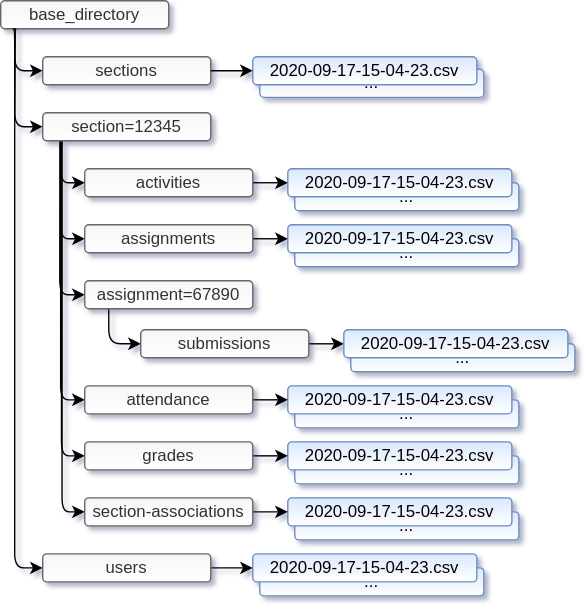
The draw.io diagram src/notebooks/filesystem.svg in Ed-Fi-Exchange-OSS/LMS-Toolkit, before a commit. Source tidied: cells renumbered, new cells last; positions are measured from the earlier drawing's top-left corner, leaving out a move shared by most shapes. The source it was exported from:
```xml
<mxGraphModel shadow="1">
  <root>
    <mxCell id="0" />
    <mxCell id="1" parent="0" />
    <mxCell id="2" style="edgeStyle=orthogonalEdgeStyle;jumpSize=0;jettySize=auto;html=1;exitX=0.102;exitY=1;exitDx=0;exitDy=0;entryX=0;entryY=0.5;entryDx=0;entryDy=0;exitPerimeter=0;" parent="1" edge="1" source="19" target="28">
      <mxGeometry relative="1" as="geometry">
        <Array as="points">
          <mxPoint x="42" y="210" />
        </Array>
      </mxGeometry>
    </mxCell>
    <mxCell id="3" value="..." style="whiteSpace=wrap;html=1;fillColor=#dae8fc;strokeColor=#6c8ebf;gradientColor=#ffffff;rounded=1;" parent="1" vertex="1">
      <mxGeometry x="185" y="405" width="160" height="20" as="geometry" />
    </mxCell>
    <mxCell id="4" value="..." style="whiteSpace=wrap;html=1;fillColor=#dae8fc;strokeColor=#6c8ebf;gradientColor=#ffffff;rounded=1;" parent="1" vertex="1">
      <mxGeometry x="250" y="245" width="160" height="20" as="geometry" />
    </mxCell>
    <mxCell id="5" value="..." style="whiteSpace=wrap;html=1;fillColor=#dae8fc;strokeColor=#6c8ebf;gradientColor=#ffffff;rounded=1;" parent="1" vertex="1">
      <mxGeometry x="210" y="365" width="160" height="20" as="geometry" />
    </mxCell>
    <mxCell id="6" value="..." style="whiteSpace=wrap;html=1;fillColor=#dae8fc;strokeColor=#6c8ebf;gradientColor=#ffffff;rounded=1;" parent="1" vertex="1">
      <mxGeometry x="210" y="325" width="160" height="20" as="geometry" />
    </mxCell>
    <mxCell id="7" value="..." style="whiteSpace=wrap;html=1;fillColor=#dae8fc;strokeColor=#6c8ebf;gradientColor=#ffffff;rounded=1;" parent="1" vertex="1">
      <mxGeometry x="210" y="285" width="160" height="20" as="geometry" />
    </mxCell>
    <mxCell id="8" value="..." style="whiteSpace=wrap;html=1;fillColor=#dae8fc;strokeColor=#6c8ebf;gradientColor=#ffffff;rounded=1;" parent="1" vertex="1">
      <mxGeometry x="210" y="170" width="160" height="20" as="geometry" />
    </mxCell>
    <mxCell id="9" value="..." style="whiteSpace=wrap;html=1;fillColor=#dae8fc;strokeColor=#6c8ebf;gradientColor=#ffffff;rounded=1;" parent="1" vertex="1">
      <mxGeometry x="210" y="130" width="160" height="20" as="geometry" />
    </mxCell>
    <mxCell id="10" value="sections" style="whiteSpace=wrap;html=1;fillColor=#f5f5f5;strokeColor=#666666;fontColor=#333333;gradientColor=#ffffff;rounded=1;" parent="1" vertex="1">
      <mxGeometry x="30" y="40" width="120" height="20" as="geometry" />
    </mxCell>
    <mxCell id="11" style="edgeStyle=orthogonalEdgeStyle;jettySize=auto;html=1;exitX=0.1;exitY=1.007;exitDx=0;exitDy=0;entryX=0;entryY=0.5;entryDx=0;entryDy=0;exitPerimeter=0;" parent="1" edge="1" source="12" target="10">
      <mxGeometry relative="1" as="geometry">
        <Array as="points">
          <mxPoint x="10" y="20" />
          <mxPoint x="10" y="50" />
        </Array>
      </mxGeometry>
    </mxCell>
    <mxCell id="12" value="base_directory" style="whiteSpace=wrap;html=1;fillColor=#f5f5f5;strokeColor=#666666;fontColor=#333333;gradientColor=#ffffff;rounded=1;" parent="1" vertex="1">
      <mxGeometry width="120" height="20" as="geometry" />
    </mxCell>
    <mxCell id="13" style="edgeStyle=orthogonalEdgeStyle;jettySize=auto;html=1;exitX=1;exitY=0.5;exitDx=0;exitDy=0;entryX=0;entryY=0.5;entryDx=0;entryDy=0;" parent="1" edge="1" source="14" target="21">
      <mxGeometry relative="1" as="geometry" />
    </mxCell>
    <mxCell id="14" value="users" style="whiteSpace=wrap;html=1;fillColor=#f5f5f5;strokeColor=#666666;fontColor=#333333;gradientColor=#ffffff;rounded=1;" parent="1" vertex="1">
      <mxGeometry x="30" y="395" width="120" height="20" as="geometry" />
    </mxCell>
    <mxCell id="15" style="edgeStyle=orthogonalEdgeStyle;jettySize=auto;html=1;exitX=0.107;exitY=1.036;exitDx=0;exitDy=0;entryX=0;entryY=0.5;entryDx=0;entryDy=0;exitPerimeter=0;" parent="1" edge="1" source="19" target="26">
      <mxGeometry relative="1" as="geometry">
        <Array as="points">
          <mxPoint x="43" y="170" />
        </Array>
      </mxGeometry>
    </mxCell>
    <mxCell id="16" style="edgeStyle=orthogonalEdgeStyle;jettySize=auto;html=1;exitX=0.107;exitY=1.036;exitDx=0;exitDy=0;entryX=0;entryY=0.5;entryDx=0;entryDy=0;exitPerimeter=0;" parent="1" edge="1" source="19" target="31">
      <mxGeometry relative="1" as="geometry">
        <Array as="points">
          <mxPoint x="43" y="285" />
        </Array>
      </mxGeometry>
    </mxCell>
    <mxCell id="17" style="edgeStyle=orthogonalEdgeStyle;jettySize=auto;html=1;exitX=0.112;exitY=0.98;exitDx=0;exitDy=0;entryX=0;entryY=0.5;entryDx=0;entryDy=0;exitPerimeter=0;jumpSize=0;" parent="1" edge="1" source="19" target="34">
      <mxGeometry relative="1" as="geometry">
        <Array as="points">
          <mxPoint x="43" y="325" />
        </Array>
      </mxGeometry>
    </mxCell>
    <mxCell id="18" style="edgeStyle=elbowEdgeStyle;jettySize=auto;html=1;entryX=0;entryY=0.5;entryDx=0;entryDy=0;exitX=0.115;exitY=0.983;exitDx=0;exitDy=0;exitPerimeter=0;elbow=vertical;" parent="1" edge="1" source="19" target="37">
      <mxGeometry relative="1" as="geometry">
        <Array as="points">
          <mxPoint x="50" y="365" />
        </Array>
      </mxGeometry>
    </mxCell>
    <mxCell id="19" value="section=12345" style="whiteSpace=wrap;html=1;fillColor=#f5f5f5;strokeColor=#666666;fontColor=#333333;gradientColor=#ffffff;rounded=1;" parent="1" vertex="1">
      <mxGeometry x="30" y="80" width="120" height="20" as="geometry" />
    </mxCell>
    <mxCell id="20" value="2020-09-17-15-04-23.csv" style="whiteSpace=wrap;html=1;fillColor=#dae8fc;strokeColor=#6c8ebf;gradientColor=#ffffff;rounded=1;" parent="1" vertex="1">
      <mxGeometry x="205" y="120" width="160" height="20" as="geometry" />
    </mxCell>
    <mxCell id="21" value="2020-09-17-15-04-23.csv" style="whiteSpace=wrap;html=1;fillColor=#dae8fc;strokeColor=#6c8ebf;gradientColor=#ffffff;rounded=1;" parent="1" vertex="1">
      <mxGeometry x="180" y="395" width="160" height="20" as="geometry" />
    </mxCell>
    <mxCell id="22" style="edgeStyle=orthogonalEdgeStyle;jettySize=auto;html=1;exitX=1;exitY=0.5;exitDx=0;exitDy=0;entryX=0;entryY=0.5;entryDx=0;entryDy=0;" parent="1" edge="1" source="23" target="20">
      <mxGeometry relative="1" as="geometry" />
    </mxCell>
    <mxCell id="23" value="activities" style="whiteSpace=wrap;html=1;fillColor=#f5f5f5;strokeColor=#666666;fontColor=#333333;gradientColor=#ffffff;rounded=1;" parent="1" vertex="1">
      <mxGeometry x="60" y="120" width="120" height="20" as="geometry" />
    </mxCell>
    <mxCell id="24" value="2020-09-17-15-04-23.csv" style="whiteSpace=wrap;html=1;fillColor=#dae8fc;strokeColor=#6c8ebf;gradientColor=#ffffff;rounded=1;" parent="1" vertex="1">
      <mxGeometry x="205" y="160" width="160" height="20" as="geometry" />
    </mxCell>
    <mxCell id="25" style="edgeStyle=orthogonalEdgeStyle;jettySize=auto;html=1;exitX=1;exitY=0.5;exitDx=0;exitDy=0;entryX=0;entryY=0.5;entryDx=0;entryDy=0;" parent="1" edge="1" source="26" target="24">
      <mxGeometry relative="1" as="geometry" />
    </mxCell>
    <mxCell id="26" value="assignments" style="whiteSpace=wrap;html=1;fillColor=#f5f5f5;strokeColor=#666666;fontColor=#333333;gradientColor=#ffffff;rounded=1;" parent="1" vertex="1">
      <mxGeometry x="60" y="160" width="120" height="20" as="geometry" />
    </mxCell>
    <mxCell id="27" style="edgeStyle=orthogonalEdgeStyle;jettySize=auto;html=1;exitX=0.143;exitY=1.121;exitDx=0;exitDy=0;entryX=0;entryY=0.5;entryDx=0;entryDy=0;exitPerimeter=0;" parent="1" edge="1" target="41">
      <mxGeometry relative="1" as="geometry">
        <mxPoint x="77.2" y="215.4" as="sourcePoint" />
        <Array as="points">
          <mxPoint x="77" y="245" />
        </Array>
      </mxGeometry>
    </mxCell>
    <mxCell id="28" value="assignment=67890" style="whiteSpace=wrap;html=1;fillColor=#f5f5f5;strokeColor=#666666;fontColor=#333333;gradientColor=#ffffff;rounded=1;" parent="1" vertex="1">
      <mxGeometry x="60" y="200" width="120" height="20" as="geometry" />
    </mxCell>
    <mxCell id="29" value="2020-09-17-15-04-23.csv" style="whiteSpace=wrap;html=1;fillColor=#dae8fc;strokeColor=#6c8ebf;gradientColor=#ffffff;rounded=1;" parent="1" vertex="1">
      <mxGeometry x="205" y="275" width="160" height="20" as="geometry" />
    </mxCell>
    <mxCell id="30" style="edgeStyle=orthogonalEdgeStyle;jettySize=auto;html=1;exitX=1;exitY=0.5;exitDx=0;exitDy=0;entryX=0;entryY=0.5;entryDx=0;entryDy=0;" parent="1" edge="1" source="31" target="29">
      <mxGeometry relative="1" as="geometry" />
    </mxCell>
    <mxCell id="31" value="attendance" style="whiteSpace=wrap;html=1;fillColor=#f5f5f5;strokeColor=#666666;fontColor=#333333;gradientColor=#ffffff;rounded=1;" parent="1" vertex="1">
      <mxGeometry x="60" y="275" width="120" height="20" as="geometry" />
    </mxCell>
    <mxCell id="32" value="2020-09-17-15-04-23.csv" style="whiteSpace=wrap;html=1;fillColor=#dae8fc;strokeColor=#6c8ebf;gradientColor=#ffffff;rounded=1;" parent="1" vertex="1">
      <mxGeometry x="205" y="315" width="160" height="20" as="geometry" />
    </mxCell>
    <mxCell id="33" style="edgeStyle=orthogonalEdgeStyle;jettySize=auto;html=1;exitX=1;exitY=0.5;exitDx=0;exitDy=0;entryX=0;entryY=0.5;entryDx=0;entryDy=0;" parent="1" edge="1" source="34" target="32">
      <mxGeometry relative="1" as="geometry" />
    </mxCell>
    <mxCell id="34" value="grades" style="whiteSpace=wrap;html=1;fillColor=#f5f5f5;strokeColor=#666666;fontColor=#333333;gradientColor=#ffffff;rounded=1;" parent="1" vertex="1">
      <mxGeometry x="60" y="315" width="120" height="20" as="geometry" />
    </mxCell>
    <mxCell id="35" value="2020-09-17-15-04-23.csv" style="whiteSpace=wrap;html=1;fillColor=#dae8fc;strokeColor=#6c8ebf;gradientColor=#ffffff;rounded=1;" parent="1" vertex="1">
      <mxGeometry x="205" y="355" width="160" height="20" as="geometry" />
    </mxCell>
    <mxCell id="36" style="edgeStyle=orthogonalEdgeStyle;jettySize=auto;html=1;exitX=1;exitY=0.5;exitDx=0;exitDy=0;" parent="1" edge="1" source="37" target="35">
      <mxGeometry relative="1" as="geometry" />
    </mxCell>
    <mxCell id="37" value="section-associations" style="whiteSpace=wrap;html=1;fillColor=#f5f5f5;strokeColor=#666666;fontColor=#333333;gradientColor=#ffffff;rounded=1;" parent="1" vertex="1">
      <mxGeometry x="60" y="355" width="120" height="20" as="geometry" />
    </mxCell>
    <mxCell id="38" value="..." style="whiteSpace=wrap;html=1;fillColor=#dae8fc;strokeColor=#6c8ebf;gradientColor=#ffffff;rounded=1;" parent="1" vertex="1">
      <mxGeometry x="185" y="49" width="160" height="20" as="geometry" />
    </mxCell>
    <mxCell id="39" value="2020-09-17-15-04-23.csv" style="whiteSpace=wrap;html=1;fillColor=#dae8fc;strokeColor=#6c8ebf;gradientColor=#ffffff;rounded=1;" parent="1" vertex="1">
      <mxGeometry x="180" y="40" width="160" height="20" as="geometry" />
    </mxCell>
    <mxCell id="40" style="edgeStyle=orthogonalEdgeStyle;jettySize=auto;html=1;exitX=1;exitY=0.5;exitDx=0;exitDy=0;entryX=0;entryY=0.5;entryDx=0;entryDy=0;" parent="1" edge="1" source="41" target="42">
      <mxGeometry relative="1" as="geometry" />
    </mxCell>
    <mxCell id="41" value="submissions" style="whiteSpace=wrap;html=1;fillColor=#f5f5f5;strokeColor=#666666;fontColor=#333333;gradientColor=#ffffff;rounded=1;" parent="1" vertex="1">
      <mxGeometry x="100" y="235" width="120" height="20" as="geometry" />
    </mxCell>
    <mxCell id="42" value="2020-09-17-15-04-23.csv" style="whiteSpace=wrap;html=1;fillColor=#dae8fc;strokeColor=#6c8ebf;gradientColor=#ffffff;rounded=1;" parent="1" vertex="1">
      <mxGeometry x="245" y="235" width="160" height="20" as="geometry" />
    </mxCell>
    <mxCell id="43" style="edgeStyle=orthogonalEdgeStyle;jettySize=auto;html=1;exitX=0.086;exitY=0.979;exitDx=0;exitDy=0;entryX=0;entryY=0.5;entryDx=0;entryDy=0;exitPerimeter=0;" parent="1" edge="1" source="12" target="19">
      <mxGeometry relative="1" as="geometry">
        <Array as="points">
          <mxPoint x="10" y="30" />
          <mxPoint x="10" y="90" />
        </Array>
      </mxGeometry>
    </mxCell>
    <mxCell id="44" style="edgeStyle=orthogonalEdgeStyle;jettySize=auto;html=1;exitX=0.071;exitY=1.007;exitDx=0;exitDy=0;exitPerimeter=0;entryX=0;entryY=0.5;entryDx=0;entryDy=0;" parent="1" edge="1" source="12" target="14">
      <mxGeometry relative="1" as="geometry">
        <Array as="points">
          <mxPoint x="10" y="20" />
          <mxPoint x="10" y="405" />
        </Array>
      </mxGeometry>
    </mxCell>
    <mxCell id="45" style="edgeStyle=orthogonalEdgeStyle;jettySize=auto;html=1;exitX=1;exitY=0.5;exitDx=0;exitDy=0;entryX=0;entryY=0.5;entryDx=0;entryDy=0;" parent="1" edge="1" source="10" target="39">
      <mxGeometry relative="1" as="geometry">
        <Array as="points">
          <mxPoint x="170" y="50" />
          <mxPoint x="170" y="50" />
        </Array>
      </mxGeometry>
    </mxCell>
    <mxCell id="46" style="edgeStyle=orthogonalEdgeStyle;jettySize=auto;html=1;exitX=0.107;exitY=1.121;exitDx=0;exitDy=0;entryX=0;entryY=0.5;entryDx=0;entryDy=0;exitPerimeter=0;" parent="1" edge="1" source="19" target="23">
      <mxGeometry relative="1" as="geometry">
        <Array as="points">
          <mxPoint x="43" y="130" />
        </Array>
      </mxGeometry>
    </mxCell>
    <mxCell id="47" style="edgeStyle=elbowEdgeStyle;jumpSize=0;orthogonalLoop=1;jettySize=auto;elbow=vertical;html=1;exitX=0.25;exitY=1;exitDx=0;exitDy=0;strokeColor=#000000;" parent="1" edge="1" source="12" target="12">
      <mxGeometry relative="1" as="geometry" />
    </mxCell>
  </root>
</mxGraphModel>
```
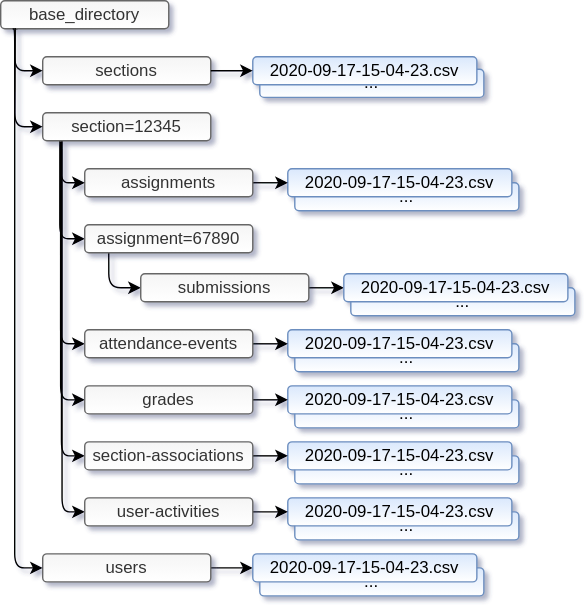
Above is the later version.

Commit message:
Update diagram to "user-activities"

Diff of the diagram source:
```diff
@@ -5,7 +5,7 @@
     <mxCell id="2" style="edgeStyle=orthogonalEdgeStyle;jumpSize=0;jettySize=auto;html=1;exitX=0.102;exitY=1;exitDx=0;exitDy=0;entryX=0;entryY=0.5;entryDx=0;entryDy=0;exitPerimeter=0;" parent="1" edge="1" source="19" target="28">
       <mxGeometry relative="1" as="geometry">
         <Array as="points">
-          <mxPoint x="42" y="210" />
+          <mxPoint x="42" y="170" />
         </Array>
       </mxGeometry>
     </mxCell>
@@ -13,7 +13,7 @@
       <mxGeometry x="185" y="405" width="160" height="20" as="geometry" />
     </mxCell>
     <mxCell id="4" value="..." style="whiteSpace=wrap;html=1;fillColor=#dae8fc;strokeColor=#6c8ebf;gradientColor=#ffffff;rounded=1;" parent="1" vertex="1">
-      <mxGeometry x="250" y="245" width="160" height="20" as="geometry" />
+      <mxGeometry x="250" y="205" width="160" height="20" as="geometry" />
     </mxCell>
     <mxCell id="5" value="..." style="whiteSpace=wrap;html=1;fillColor=#dae8fc;strokeColor=#6c8ebf;gradientColor=#ffffff;rounded=1;" parent="1" vertex="1">
       <mxGeometry x="210" y="365" width="160" height="20" as="geometry" />
@@ -25,7 +25,7 @@
       <mxGeometry x="210" y="285" width="160" height="20" as="geometry" />
     </mxCell>
     <mxCell id="8" value="..." style="whiteSpace=wrap;html=1;fillColor=#dae8fc;strokeColor=#6c8ebf;gradientColor=#ffffff;rounded=1;" parent="1" vertex="1">
-      <mxGeometry x="210" y="170" width="160" height="20" as="geometry" />
+      <mxGeometry x="210" y="245" width="160" height="20" as="geometry" />
     </mxCell>
     <mxCell id="9" value="..." style="whiteSpace=wrap;html=1;fillColor=#dae8fc;strokeColor=#6c8ebf;gradientColor=#ffffff;rounded=1;" parent="1" vertex="1">
       <mxGeometry x="210" y="130" width="160" height="20" as="geometry" />
@@ -53,7 +53,7 @@
     <mxCell id="15" style="edgeStyle=orthogonalEdgeStyle;jettySize=auto;html=1;exitX=0.107;exitY=1.036;exitDx=0;exitDy=0;entryX=0;entryY=0.5;entryDx=0;entryDy=0;exitPerimeter=0;" parent="1" edge="1" source="19" target="26">
       <mxGeometry relative="1" as="geometry">
         <Array as="points">
-          <mxPoint x="43" y="170" />
+          <mxPoint x="43" y="245" />
         </Array>
       </mxGeometry>
     </mxCell>
@@ -90,28 +90,28 @@
     <mxCell id="22" style="edgeStyle=orthogonalEdgeStyle;jettySize=auto;html=1;exitX=1;exitY=0.5;exitDx=0;exitDy=0;entryX=0;entryY=0.5;entryDx=0;entryDy=0;" parent="1" edge="1" source="23" target="20">
       <mxGeometry relative="1" as="geometry" />
     </mxCell>
-    <mxCell id="23" value="activities" style="whiteSpace=wrap;html=1;fillColor=#f5f5f5;strokeColor=#666666;fontColor=#333333;gradientColor=#ffffff;rounded=1;" parent="1" vertex="1">
+    <mxCell id="23" value="assignments" style="whiteSpace=wrap;html=1;fillColor=#f5f5f5;strokeColor=#666666;fontColor=#333333;gradientColor=#ffffff;rounded=1;" parent="1" vertex="1">
       <mxGeometry x="60" y="120" width="120" height="20" as="geometry" />
     </mxCell>
     <mxCell id="24" value="2020-09-17-15-04-23.csv" style="whiteSpace=wrap;html=1;fillColor=#dae8fc;strokeColor=#6c8ebf;gradientColor=#ffffff;rounded=1;" parent="1" vertex="1">
-      <mxGeometry x="205" y="160" width="160" height="20" as="geometry" />
+      <mxGeometry x="205" y="235" width="160" height="20" as="geometry" />
     </mxCell>
     <mxCell id="25" style="edgeStyle=orthogonalEdgeStyle;jettySize=auto;html=1;exitX=1;exitY=0.5;exitDx=0;exitDy=0;entryX=0;entryY=0.5;entryDx=0;entryDy=0;" parent="1" edge="1" source="26" target="24">
       <mxGeometry relative="1" as="geometry" />
     </mxCell>
-    <mxCell id="26" value="assignments" style="whiteSpace=wrap;html=1;fillColor=#f5f5f5;strokeColor=#666666;fontColor=#333333;gradientColor=#ffffff;rounded=1;" parent="1" vertex="1">
-      <mxGeometry x="60" y="160" width="120" height="20" as="geometry" />
+    <mxCell id="26" value="attendance-events" style="whiteSpace=wrap;html=1;fillColor=#f5f5f5;strokeColor=#666666;fontColor=#333333;gradientColor=#ffffff;rounded=1;" parent="1" vertex="1">
+      <mxGeometry x="60" y="235" width="120" height="20" as="geometry" />
     </mxCell>
     <mxCell id="27" style="edgeStyle=orthogonalEdgeStyle;jettySize=auto;html=1;exitX=0.143;exitY=1.121;exitDx=0;exitDy=0;entryX=0;entryY=0.5;entryDx=0;entryDy=0;exitPerimeter=0;" parent="1" edge="1" target="41">
       <mxGeometry relative="1" as="geometry">
-        <mxPoint x="77.2" y="215.4" as="sourcePoint" />
+        <mxPoint x="77.2" y="175.4" as="sourcePoint" />
         <Array as="points">
-          <mxPoint x="77" y="245" />
+          <mxPoint x="77" y="205" />
         </Array>
       </mxGeometry>
     </mxCell>
     <mxCell id="28" value="assignment=67890" style="whiteSpace=wrap;html=1;fillColor=#f5f5f5;strokeColor=#666666;fontColor=#333333;gradientColor=#ffffff;rounded=1;" parent="1" vertex="1">
-      <mxGeometry x="60" y="200" width="120" height="20" as="geometry" />
+      <mxGeometry x="60" y="160" width="120" height="20" as="geometry" />
     </mxCell>
     <mxCell id="29" value="2020-09-17-15-04-23.csv" style="whiteSpace=wrap;html=1;fillColor=#dae8fc;strokeColor=#6c8ebf;gradientColor=#ffffff;rounded=1;" parent="1" vertex="1">
       <mxGeometry x="205" y="275" width="160" height="20" as="geometry" />
@@ -119,7 +119,7 @@
     <mxCell id="30" style="edgeStyle=orthogonalEdgeStyle;jettySize=auto;html=1;exitX=1;exitY=0.5;exitDx=0;exitDy=0;entryX=0;entryY=0.5;entryDx=0;entryDy=0;" parent="1" edge="1" source="31" target="29">
       <mxGeometry relative="1" as="geometry" />
     </mxCell>
-    <mxCell id="31" value="attendance" style="whiteSpace=wrap;html=1;fillColor=#f5f5f5;strokeColor=#666666;fontColor=#333333;gradientColor=#ffffff;rounded=1;" parent="1" vertex="1">
+    <mxCell id="31" value="grades" style="whiteSpace=wrap;html=1;fillColor=#f5f5f5;strokeColor=#666666;fontColor=#333333;gradientColor=#ffffff;rounded=1;" parent="1" vertex="1">
       <mxGeometry x="60" y="275" width="120" height="20" as="geometry" />
     </mxCell>
     <mxCell id="32" value="2020-09-17-15-04-23.csv" style="whiteSpace=wrap;html=1;fillColor=#dae8fc;strokeColor=#6c8ebf;gradientColor=#ffffff;rounded=1;" parent="1" vertex="1">
@@ -128,7 +128,7 @@
     <mxCell id="33" style="edgeStyle=orthogonalEdgeStyle;jettySize=auto;html=1;exitX=1;exitY=0.5;exitDx=0;exitDy=0;entryX=0;entryY=0.5;entryDx=0;entryDy=0;" parent="1" edge="1" source="34" target="32">
       <mxGeometry relative="1" as="geometry" />
     </mxCell>
-    <mxCell id="34" value="grades" style="whiteSpace=wrap;html=1;fillColor=#f5f5f5;strokeColor=#666666;fontColor=#333333;gradientColor=#ffffff;rounded=1;" parent="1" vertex="1">
+    <mxCell id="34" value="section-associations" style="whiteSpace=wrap;html=1;fillColor=#f5f5f5;strokeColor=#666666;fontColor=#333333;gradientColor=#ffffff;rounded=1;" parent="1" vertex="1">
       <mxGeometry x="60" y="315" width="120" height="20" as="geometry" />
     </mxCell>
     <mxCell id="35" value="2020-09-17-15-04-23.csv" style="whiteSpace=wrap;html=1;fillColor=#dae8fc;strokeColor=#6c8ebf;gradientColor=#ffffff;rounded=1;" parent="1" vertex="1">
@@ -137,7 +137,7 @@
     <mxCell id="36" style="edgeStyle=orthogonalEdgeStyle;jettySize=auto;html=1;exitX=1;exitY=0.5;exitDx=0;exitDy=0;" parent="1" edge="1" source="37" target="35">
       <mxGeometry relative="1" as="geometry" />
     </mxCell>
-    <mxCell id="37" value="section-associations" style="whiteSpace=wrap;html=1;fillColor=#f5f5f5;strokeColor=#666666;fontColor=#333333;gradientColor=#ffffff;rounded=1;" parent="1" vertex="1">
+    <mxCell id="37" value="user-activities" style="whiteSpace=wrap;html=1;fillColor=#f5f5f5;strokeColor=#666666;fontColor=#333333;gradientColor=#ffffff;rounded=1;" parent="1" vertex="1">
       <mxGeometry x="60" y="355" width="120" height="20" as="geometry" />
     </mxCell>
     <mxCell id="38" value="..." style="whiteSpace=wrap;html=1;fillColor=#dae8fc;strokeColor=#6c8ebf;gradientColor=#ffffff;rounded=1;" parent="1" vertex="1">
@@ -150,10 +150,10 @@
       <mxGeometry relative="1" as="geometry" />
     </mxCell>
     <mxCell id="41" value="submissions" style="whiteSpace=wrap;html=1;fillColor=#f5f5f5;strokeColor=#666666;fontColor=#333333;gradientColor=#ffffff;rounded=1;" parent="1" vertex="1">
-      <mxGeometry x="100" y="235" width="120" height="20" as="geometry" />
+      <mxGeometry x="100" y="195" width="120" height="20" as="geometry" />
     </mxCell>
     <mxCell id="42" value="2020-09-17-15-04-23.csv" style="whiteSpace=wrap;html=1;fillColor=#dae8fc;strokeColor=#6c8ebf;gradientColor=#ffffff;rounded=1;" parent="1" vertex="1">
-      <mxGeometry x="245" y="235" width="160" height="20" as="geometry" />
+      <mxGeometry x="245" y="195" width="160" height="20" as="geometry" />
     </mxCell>
     <mxCell id="43" style="edgeStyle=orthogonalEdgeStyle;jettySize=auto;html=1;exitX=0.086;exitY=0.979;exitDx=0;exitDy=0;entryX=0;entryY=0.5;entryDx=0;entryDy=0;exitPerimeter=0;" parent="1" edge="1" source="12" target="19">
       <mxGeometry relative="1" as="geometry">
```
